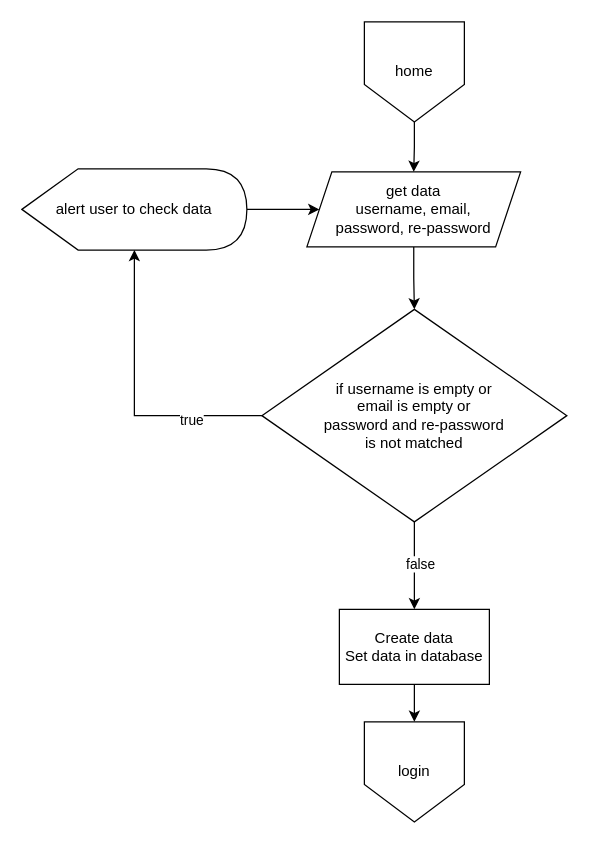
Earlier version of the draw.io diagram page "Register" (2 of 4) of diagrams/program.drawio (University-Bangkok-JW/cs497-project). Source tidied: cells renumbered, new cells numbered last; positions are measured from the earlier drawing's top-left corner, leaving out a move shared by most shapes. Both pictures are drawn from the tidied source at 125%, with x=0, y=0 at pixel (21, 21).
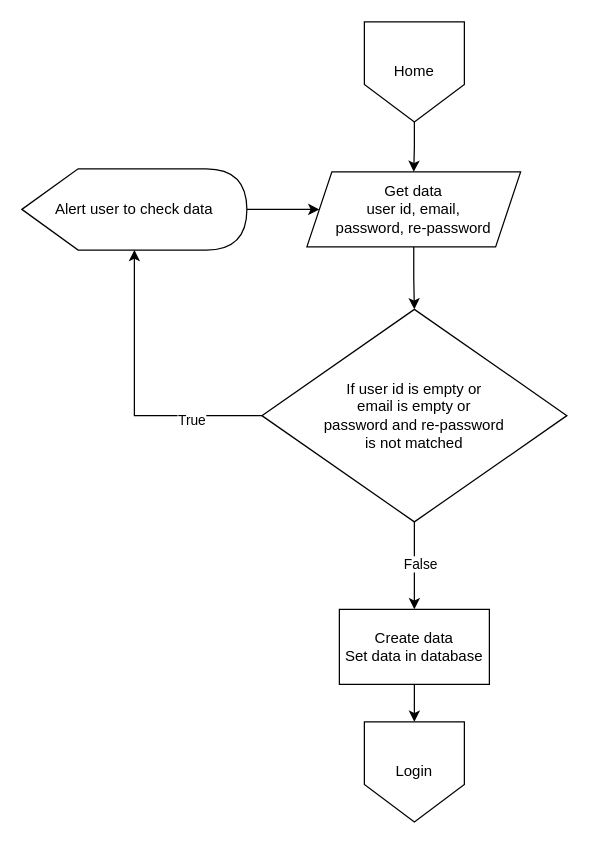
The same diagram, later.

What changed in the source:
```diff
@@
 <mxGraphModel>
   <root>
     <mxCell id="0" />
     <mxCell id="1" parent="0" />
     <mxCell id="2" style="edgeStyle=orthogonalEdgeStyle;rounded=0;jettySize=auto;html=1;" parent="1" edge="1" source="3" target="5">
       <mxGeometry relative="1" as="geometry" />
     </mxCell>
-    <mxCell id="3" value="home" style="shape=offPageConnector;whiteSpace=wrap;html=1;" parent="1" vertex="1">
+    <mxCell id="3" value="Home" style="shape=offPageConnector;whiteSpace=wrap;html=1;" parent="1" vertex="1">
       <mxGeometry x="274" width="80" height="80" as="geometry" />
     </mxCell>
     <mxCell id="4" style="edgeStyle=orthogonalEdgeStyle;rounded=0;jettySize=auto;html=1;" parent="1" edge="1" source="5" target="12">
       <mxGeometry relative="1" as="geometry" />
     </mxCell>
-    <mxCell id="5" value="get data&lt;div&gt;username, email,&lt;/div&gt;&lt;div&gt;&lt;span style=&quot;background-color: initial;&quot;&gt;password, re-password&lt;/span&gt;&lt;/div&gt;" style="shape=parallelogram;perimeter=parallelogramPerimeter;whiteSpace=wrap;html=1;fixedSize=1;" parent="1" vertex="1">
+    <mxCell id="5" value="Get data&lt;div&gt;user id, email,&lt;/div&gt;&lt;div&gt;&lt;span style=&quot;background-color: initial;&quot;&gt;password, re-password&lt;/span&gt;&lt;/div&gt;" style="shape=parallelogram;perimeter=parallelogramPerimeter;whiteSpace=wrap;html=1;fixedSize=1;" parent="1" vertex="1">
       <mxGeometry x="228" y="120" width="171" height="60" as="geometry" />
     </mxCell>
     <mxCell id="6" style="edgeStyle=orthogonalEdgeStyle;rounded=0;jettySize=auto;html=1;" parent="1" edge="1" source="7" target="15">
       <mxGeometry relative="1" as="geometry" />
     </mxCell>
     <mxCell id="7" value="Create data&lt;div&gt;Set data in database&lt;/div&gt;" style="rounded=0;whiteSpace=wrap;html=1;" parent="1" vertex="1">
       <mxGeometry x="254" y="470" width="120" height="60" as="geometry" />
     </mxCell>
     <mxCell id="8" style="edgeStyle=orthogonalEdgeStyle;rounded=0;jettySize=auto;html=1;" parent="1" edge="1" source="12" target="14">
       <mxGeometry relative="1" as="geometry" />
     </mxCell>
-    <mxCell id="9" value="true" style="edgeLabel;html=1;align=center;verticalAlign=middle;" parent="8" vertex="1">
+    <mxCell id="9" value="True" style="edgeLabel;html=1;align=center;verticalAlign=middle;" parent="8" vertex="1">
       <mxGeometry x="-0.51" y="3" relative="1" as="geometry" />
     </mxCell>
     <mxCell id="10" style="edgeStyle=orthogonalEdgeStyle;rounded=0;jettySize=auto;html=1;" parent="1" edge="1" source="12" target="7">
       <mxGeometry relative="1" as="geometry" />
     </mxCell>
-    <mxCell id="11" value="false" style="edgeLabel;html=1;align=center;verticalAlign=middle;" parent="10" vertex="1">
+    <mxCell id="11" value="False" style="edgeLabel;html=1;align=center;verticalAlign=middle;" parent="10" vertex="1">
       <mxGeometry x="-0.06" y="4" relative="1" as="geometry" />
     </mxCell>
-    <mxCell id="12" value="if username is empty or&lt;div&gt;email is empty&amp;nbsp;&lt;span style=&quot;background-color: initial;&quot;&gt;or&lt;/span&gt;&lt;/div&gt;&lt;div&gt;&lt;span style=&quot;background-color: initial;&quot;&gt;password and re-password&lt;/span&gt;&lt;/div&gt;&lt;div&gt;&lt;span style=&quot;background-color: initial;&quot;&gt;is not matched&lt;br&gt;&lt;/span&gt;&lt;/div&gt;" style="rhombus;whiteSpace=wrap;html=1;" parent="1" vertex="1">
+    <mxCell id="12" value="If user id is empty or&lt;div&gt;email is empty&amp;nbsp;&lt;span style=&quot;background-color: initial;&quot;&gt;or&lt;/span&gt;&lt;/div&gt;&lt;div&gt;&lt;span style=&quot;background-color: initial;&quot;&gt;password and re-password&lt;/span&gt;&lt;/div&gt;&lt;div&gt;&lt;span style=&quot;background-color: initial;&quot;&gt;is not matched&lt;br&gt;&lt;/span&gt;&lt;/div&gt;" style="rhombus;whiteSpace=wrap;html=1;" parent="1" vertex="1">
       <mxGeometry x="192" y="230" width="244" height="170" as="geometry" />
     </mxCell>
     <mxCell id="13" style="edgeStyle=orthogonalEdgeStyle;rounded=0;jettySize=auto;html=1;" parent="1" edge="1" source="14" target="5">
       <mxGeometry relative="1" as="geometry" />
     </mxCell>
-    <mxCell id="14" value="alert user to check data" style="shape=display;whiteSpace=wrap;html=1;" parent="1" vertex="1">
+    <mxCell id="14" value="Alert user to check data" style="shape=display;whiteSpace=wrap;html=1;" parent="1" vertex="1">
       <mxGeometry y="117.5" width="180" height="65" as="geometry" />
     </mxCell>
-    <mxCell id="15" value="login" style="shape=offPageConnector;whiteSpace=wrap;html=1;" parent="1" vertex="1">
+    <mxCell id="15" value="Login" style="shape=offPageConnector;whiteSpace=wrap;html=1;" parent="1" vertex="1">
       <mxGeometry x="274" y="560" width="80" height="80" as="geometry" />
     </mxCell>
   </root>
 </mxGraphModel>
```
